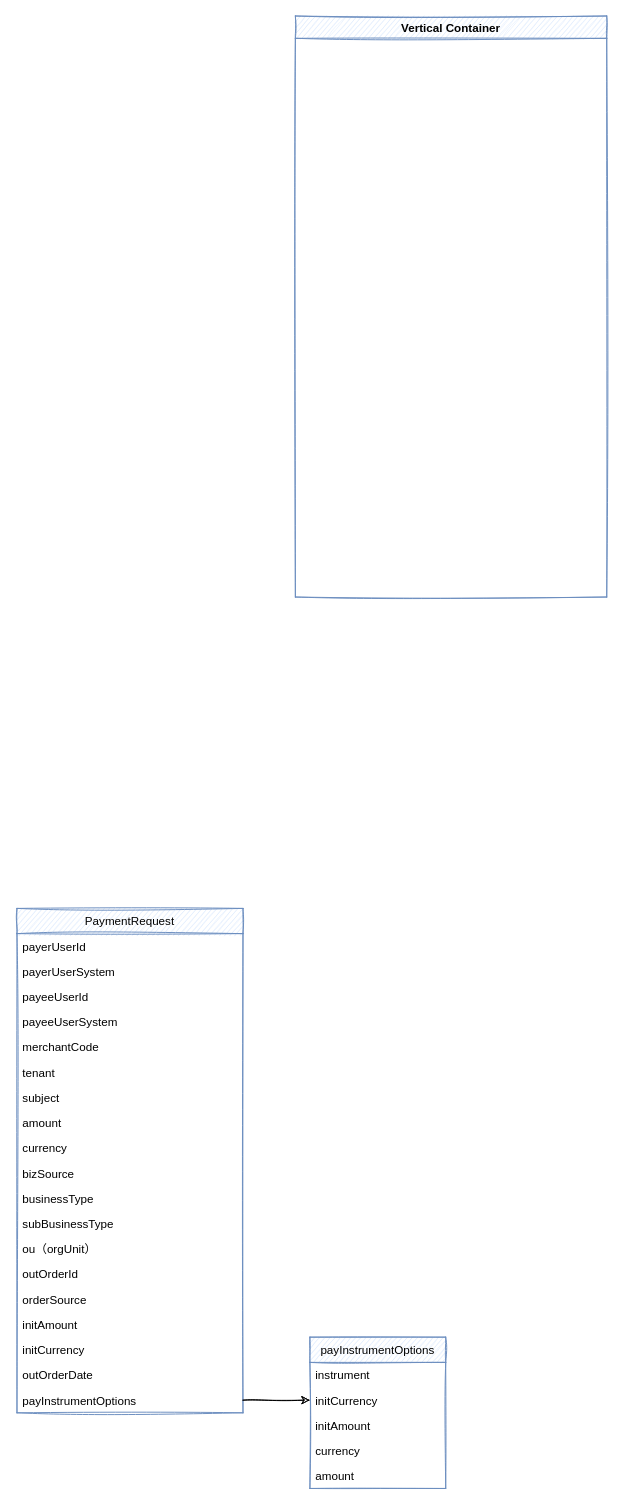
Above: Untitled Diagram.drawio in Lichit-bot/hello-computer (draw.io), before the change. Source tidied: cells renumbered, new cells numbered last; positions are measured from the earlier drawing's top-left corner, leaving out a move shared by most shapes. Both pictures are drawn from the tidied source at 97%, with x=0, y=0 at pixel (16, 16).
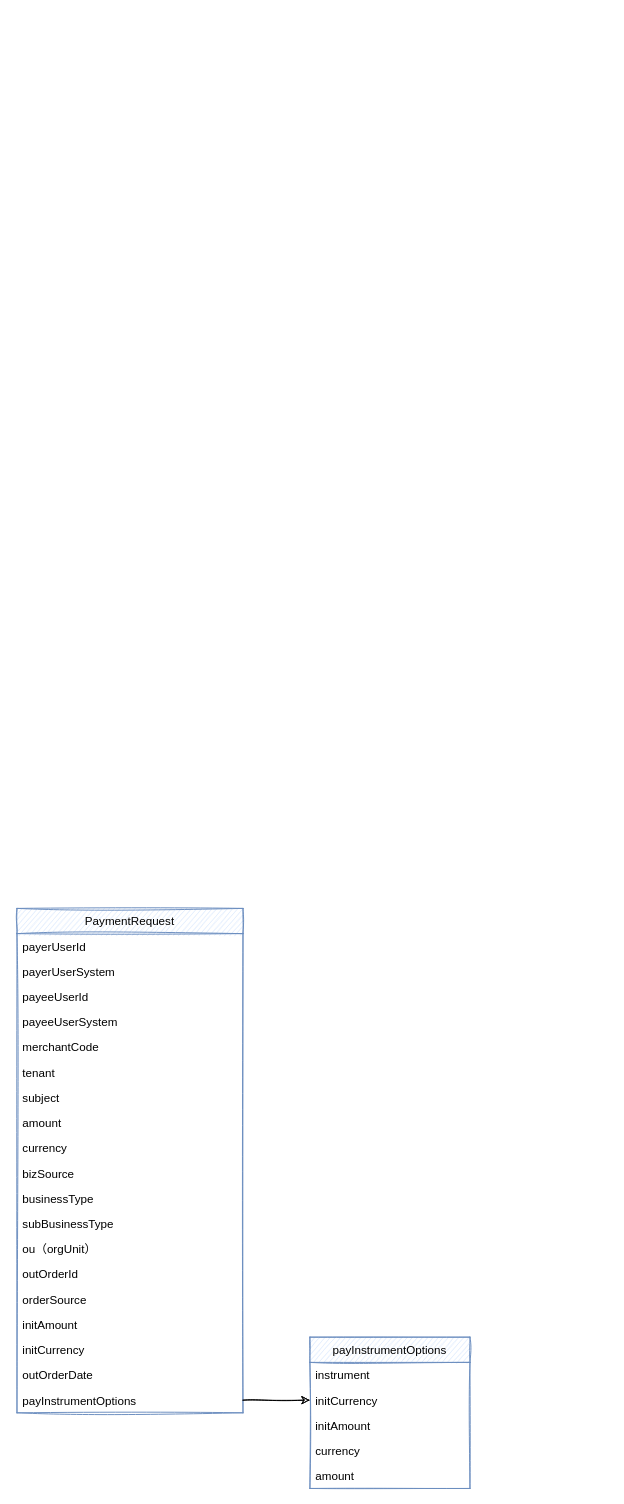
After the change.

The edit, as a diff of the source:
```diff
@@
     <mxCell id="22" value="payInstrumentOptions" style="swimlane;fontStyle=0;horizontal=1;startSize=26;sketch=1;fillColor=#dae8fc;strokeColor=#6c8ebf;" parent="1" vertex="1">
-      <mxGeometry x="302" y="1362" width="140" height="156" as="geometry" />
+      <mxGeometry x="302" y="1362" width="165" height="156" as="geometry" />
     </mxCell>
     <mxCell id="23" value="instrument" style="text;strokeColor=none;fillColor=none;align=left;verticalAlign=top;spacingLeft=4;spacingRight=4;overflow=hidden;" parent="22" vertex="1">
-      <mxGeometry y="26" width="140" height="26" as="geometry" />
+      <mxGeometry y="26" width="165" height="26" as="geometry" />
     </mxCell>
     <mxCell id="24" value="initCurrency" style="text;strokeColor=none;fillColor=none;align=left;verticalAlign=top;spacingLeft=4;spacingRight=4;overflow=hidden;points=[[0,0.5],[1,0.5]];portConstraint=eastwest;" parent="22" vertex="1">
-      <mxGeometry y="52" width="140" height="26" as="geometry" />
+      <mxGeometry y="52" width="165" height="26" as="geometry" />
     </mxCell>
     <mxCell id="25" value="initAmount" style="text;strokeColor=none;fillColor=none;align=left;verticalAlign=top;spacingLeft=4;spacingRight=4;overflow=hidden;" parent="22" vertex="1">
-      <mxGeometry y="78" width="140" height="26" as="geometry" />
+      <mxGeometry y="78" width="165" height="26" as="geometry" />
     </mxCell>
     <mxCell id="26" value="currency" style="text;strokeColor=none;fillColor=none;align=left;verticalAlign=top;spacingLeft=4;spacingRight=4;overflow=hidden;" parent="22" vertex="1">
-      <mxGeometry y="104" width="140" height="26" as="geometry" />
+      <mxGeometry y="104" width="165" height="26" as="geometry" />
     </mxCell>
     <mxCell id="27" value="amount" style="text;strokeColor=none;fillColor=none;align=left;verticalAlign=top;spacingLeft=4;spacingRight=4;overflow=hidden;" parent="22" vertex="1">
-      <mxGeometry y="130" width="140" height="26" as="geometry" />
+      <mxGeometry y="130" width="165" height="26" as="geometry" />
     </mxCell>
@@
-    <mxCell id="29" value="Vertical Container" style="swimlane;sketch=1;fillColor=#dae8fc;strokeColor=#6c8ebf;" parent="1" vertex="1">
-      <mxGeometry x="287" width="321" height="599" as="geometry" />
-    </mxCell>
```
